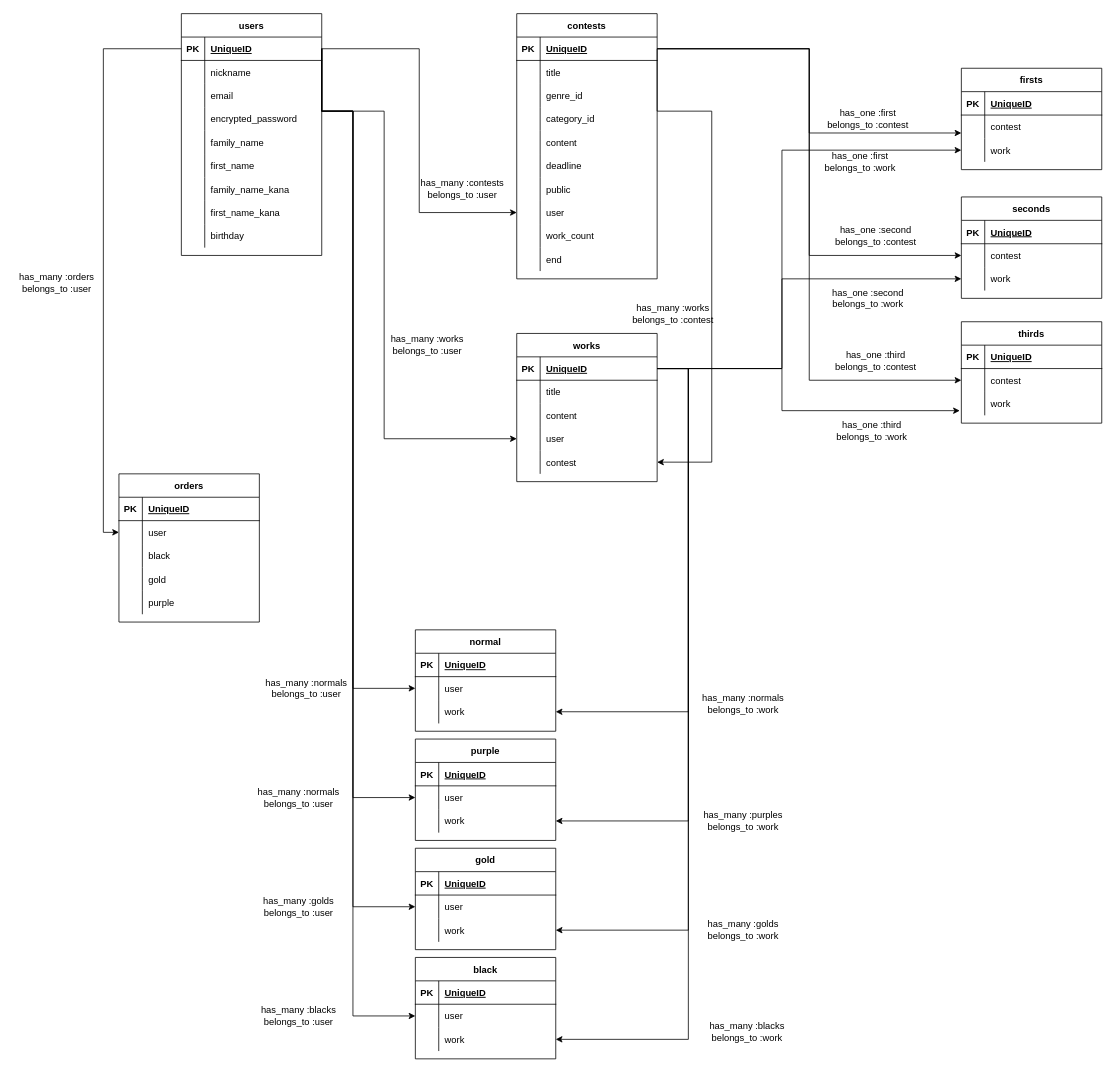
The draw.io diagram e-r.dio in tokiya-takai/moroheiya, before the edit. Source tidied: cells renumbered, new cells numbered last; positions are measured from the earlier drawing's top-left corner, leaving out a move shared by most shapes. Both pictures are drawn from the tidied source at 78%, with x=0, y=0 at pixel (13, 13).
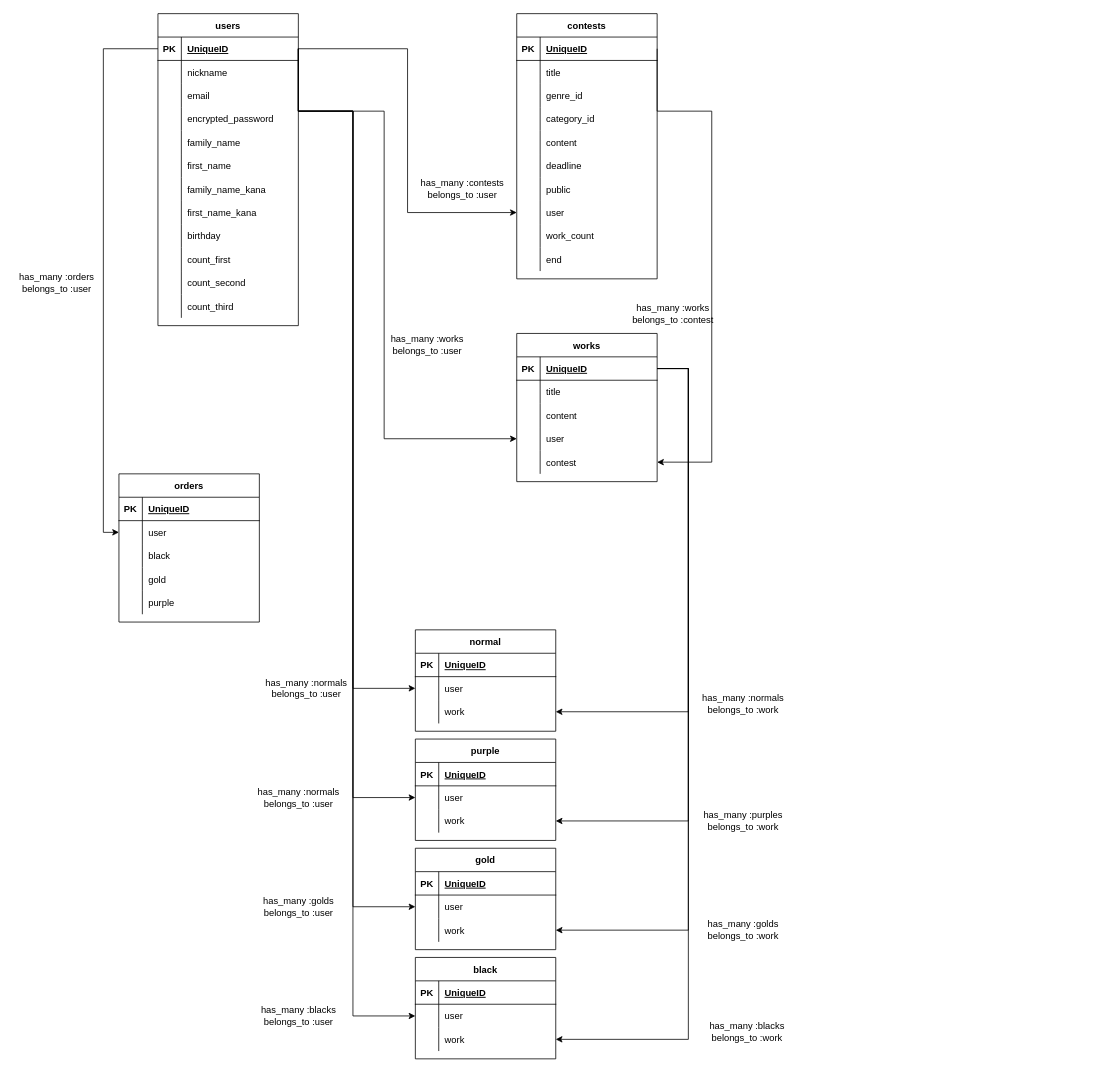
After the change.

Commit message (it also covers changes not shown here):
READMEとER図の修正

The change refers to these unchanged cells:
```xml
<mxCell id="31" style="shape=partialRectangle;fillColor=none;top=0;left=0;bottom=1;right=0;points=[[0,0.5],[1,0.5]];portConstraint=eastwest;" parent="30" vertex="1">
  <mxGeometry y="30" width="180" height="30" as="geometry" />
</mxCell>
<mxCell id="62" style="shape=partialRectangle;fillColor=none;top=0;left=0;bottom=1;right=0;points=[[0,0.5],[1,0.5]];portConstraint=eastwest;" parent="61" vertex="1">
  <mxGeometry y="30" width="180" height="30" as="geometry" />
</mxCell>
```

The edit, as a diff of the source:
```diff
@@
     <mxCell id="2" value="users" style="shape=table;startSize=30;childLayout=tableLayout;rowLines=0;fontStyle=1;align=center;" parent="1" vertex="1">
-      <mxGeometry x="215" width="180" height="310" as="geometry" />
+      <mxGeometry x="185" width="180" height="400" as="geometry" />
     </mxCell>
@@
+    <mxCell id="199" style="shape=partialRectangle;fillColor=none;top=0;left=0;bottom=0;right=0;" parent="2" vertex="1">
+      <mxGeometry y="270" width="180" height="30" as="geometry" />
+    </mxCell>
+    <mxCell id="200" style="shape=partialRectangle;fillColor=none;top=0;left=0;bottom=0;right=0;overflow=hidden;" parent="199" vertex="1">
+      <mxGeometry width="30" height="30" as="geometry" />
+    </mxCell>
+    <mxCell id="201" value="birthday" style="shape=partialRectangle;fillColor=none;top=0;left=0;bottom=0;right=0;align=left;spacingLeft=6;overflow=hidden;" parent="199" vertex="1">
+      <mxGeometry x="30" width="150" height="30" as="geometry" />
+    </mxCell>
+    <mxCell id="202" style="shape=partialRectangle;fillColor=none;top=0;left=0;bottom=0;right=0;" parent="2" vertex="1">
+      <mxGeometry y="300" width="180" height="30" as="geometry" />
+    </mxCell>
+    <mxCell id="203" style="shape=partialRectangle;fillColor=none;top=0;left=0;bottom=0;right=0;overflow=hidden;" parent="202" vertex="1">
+      <mxGeometry width="30" height="30" as="geometry" />
+    </mxCell>
+    <mxCell id="204" value="count_first" style="shape=partialRectangle;fillColor=none;top=0;left=0;bottom=0;right=0;align=left;spacingLeft=6;overflow=hidden;" parent="202" vertex="1">
+      <mxGeometry x="30" width="150" height="30" as="geometry" />
+    </mxCell>
+    <mxCell id="205" style="shape=partialRectangle;fillColor=none;top=0;left=0;bottom=0;right=0;" parent="2" vertex="1">
+      <mxGeometry y="330" width="180" height="30" as="geometry" />
+    </mxCell>
+    <mxCell id="206" style="shape=partialRectangle;fillColor=none;top=0;left=0;bottom=0;right=0;overflow=hidden;" parent="205" vertex="1">
+      <mxGeometry width="30" height="30" as="geometry" />
+    </mxCell>
+    <mxCell id="207" value="count_second" style="shape=partialRectangle;fillColor=none;top=0;left=0;bottom=0;right=0;align=left;spacingLeft=6;overflow=hidden;" parent="205" vertex="1">
+      <mxGeometry x="30" width="150" height="30" as="geometry" />
+    </mxCell>
     <mxCell id="27" style="shape=partialRectangle;fillColor=none;top=0;left=0;bottom=0;right=0;" parent="2" vertex="1">
-      <mxGeometry y="270" width="180" height="30" as="geometry" />
+      <mxGeometry y="360" width="180" height="30" as="geometry" />
     </mxCell>
@@
-    <mxCell id="29" value="birthday" style="shape=partialRectangle;fillColor=none;top=0;left=0;bottom=0;right=0;align=left;spacingLeft=6;overflow=hidden;" parent="27" vertex="1">
+    <mxCell id="29" value="count_third" style="shape=partialRectangle;fillColor=none;top=0;left=0;bottom=0;right=0;align=left;spacingLeft=6;overflow=hidden;" parent="27" vertex="1">
       <mxGeometry x="30" width="150" height="30" as="geometry" />
     </mxCell>
@@
-    <mxCell id="97" value="firsts" style="shape=table;startSize=30;childLayout=tableLayout;rowLines=0;fontStyle=1;align=center;" parent="1" vertex="1">
-      <mxGeometry x="1215" y="70" width="180" height="130" as="geometry" />
-    </mxCell>
-    <mxCell id="98" style="shape=partialRectangle;fillColor=none;top=0;left=0;bottom=1;right=0;" parent="97" vertex="1">
-      <mxGeometry y="30" width="180" height="30" as="geometry" />
-    </mxCell>
-    <mxCell id="99" value="PK" style="shape=partialRectangle;fillColor=none;top=0;left=0;bottom=0;right=0;fontStyle=1;overflow=hidden;" parent="98" vertex="1">
-      <mxGeometry width="30" height="30" as="geometry" />
-    </mxCell>
-    <mxCell id="100" value="UniqueID" style="shape=partialRectangle;fillColor=none;top=0;left=0;bottom=0;right=0;align=left;spacingLeft=6;fontStyle=5;overflow=hidden;" parent="98" vertex="1">
-      <mxGeometry x="30" width="150" height="30" as="geometry" />
-    </mxCell>
-    <mxCell id="101" style="shape=partialRectangle;fillColor=none;top=0;left=0;bottom=0;right=0;points=[[0,0.5],[1,0.5]];portConstraint=eastwest;" parent="97" vertex="1">
-      <mxGeometry y="60" width="180" height="30" as="geometry" />
-    </mxCell>
-    <mxCell id="102" style="shape=partialRectangle;fillColor=none;top=0;left=0;bottom=0;right=0;overflow=hidden;" parent="101" vertex="1">
-      <mxGeometry width="30" height="30" as="geometry" />
-    </mxCell>
-    <mxCell id="103" value="contest" style="shape=partialRectangle;fillColor=none;top=0;left=0;bottom=0;right=0;align=left;spacingLeft=6;overflow=hidden;" parent="101" vertex="1">
-      <mxGeometry x="30" width="150" height="30" as="geometry" />
-    </mxCell>
-    <mxCell id="104" style="shape=partialRectangle;fillColor=none;top=0;left=0;bottom=0;right=0;points=[[0,0.5],[1,0.5]];portConstraint=eastwest;" parent="97" vertex="1">
-      <mxGeometry y="90" width="180" height="30" as="geometry" />
-    </mxCell>
-    <mxCell id="105" style="shape=partialRectangle;fillColor=none;top=0;left=0;bottom=0;right=0;overflow=hidden;" parent="104" vertex="1">
-      <mxGeometry width="30" height="30" as="geometry" />
-    </mxCell>
-    <mxCell id="106" value="work" style="shape=partialRectangle;fillColor=none;top=0;left=0;bottom=0;right=0;align=left;spacingLeft=6;overflow=hidden;" parent="104" vertex="1">
-      <mxGeometry x="30" width="150" height="30" as="geometry" />
-    </mxCell>
-    <mxCell id="107" value="seconds" style="shape=table;startSize=30;childLayout=tableLayout;rowLines=0;fontStyle=1;align=center;" parent="1" vertex="1">
-      <mxGeometry x="1215" y="235" width="180" height="130" as="geometry" />
-    </mxCell>
-    <mxCell id="108" style="shape=partialRectangle;fillColor=none;top=0;left=0;bottom=1;right=0;" parent="107" vertex="1">
-      <mxGeometry y="30" width="180" height="30" as="geometry" />
-    </mxCell>
-    <mxCell id="109" value="PK" style="shape=partialRectangle;fillColor=none;top=0;left=0;bottom=0;right=0;fontStyle=1;overflow=hidden;" parent="108" vertex="1">
-      <mxGeometry width="30" height="30" as="geometry" />
-    </mxCell>
-    <mxCell id="110" value="UniqueID" style="shape=partialRectangle;fillColor=none;top=0;left=0;bottom=0;right=0;align=left;spacingLeft=6;fontStyle=5;overflow=hidden;" parent="108" vertex="1">
-      <mxGeometry x="30" width="150" height="30" as="geometry" />
-    </mxCell>
-    <mxCell id="111" style="shape=partialRectangle;fillColor=none;top=0;left=0;bottom=0;right=0;points=[[0,0.5],[1,0.5]];portConstraint=eastwest;" parent="107" vertex="1">
-      <mxGeometry y="60" width="180" height="30" as="geometry" />
-    </mxCell>
-    <mxCell id="112" style="shape=partialRectangle;fillColor=none;top=0;left=0;bottom=0;right=0;overflow=hidden;" parent="111" vertex="1">
-      <mxGeometry width="30" height="30" as="geometry" />
-    </mxCell>
-    <mxCell id="113" value="contest" style="shape=partialRectangle;fillColor=none;top=0;left=0;bottom=0;right=0;align=left;spacingLeft=6;overflow=hidden;" parent="111" vertex="1">
-      <mxGeometry x="30" width="150" height="30" as="geometry" />
-    </mxCell>
-    <mxCell id="114" style="shape=partialRectangle;fillColor=none;top=0;left=0;bottom=0;right=0;points=[[0,0.5],[1,0.5]];portConstraint=eastwest;" parent="107" vertex="1">
-      <mxGeometry y="90" width="180" height="30" as="geometry" />
-    </mxCell>
-    <mxCell id="115" style="shape=partialRectangle;fillColor=none;top=0;left=0;bottom=0;right=0;overflow=hidden;" parent="114" vertex="1">
-      <mxGeometry width="30" height="30" as="geometry" />
-    </mxCell>
-    <mxCell id="116" value="work" style="shape=partialRectangle;fillColor=none;top=0;left=0;bottom=0;right=0;align=left;spacingLeft=6;overflow=hidden;" parent="114" vertex="1">
-      <mxGeometry x="30" width="150" height="30" as="geometry" />
-    </mxCell>
-    <mxCell id="117" value="thirds" style="shape=table;startSize=30;childLayout=tableLayout;rowLines=0;fontStyle=1;align=center;" parent="1" vertex="1">
-      <mxGeometry x="1215" y="395" width="180" height="130" as="geometry" />
-    </mxCell>
-    <mxCell id="118" style="shape=partialRectangle;fillColor=none;top=0;left=0;bottom=1;right=0;" parent="117" vertex="1">
-      <mxGeometry y="30" width="180" height="30" as="geometry" />
-    </mxCell>
-    <mxCell id="119" value="PK" style="shape=partialRectangle;fillColor=none;top=0;left=0;bottom=0;right=0;fontStyle=1;overflow=hidden;" parent="118" vertex="1">
-      <mxGeometry width="30" height="30" as="geometry" />
-    </mxCell>
-    <mxCell id="120" value="UniqueID" style="shape=partialRectangle;fillColor=none;top=0;left=0;bottom=0;right=0;align=left;spacingLeft=6;fontStyle=5;overflow=hidden;" parent="118" vertex="1">
-      <mxGeometry x="30" width="150" height="30" as="geometry" />
-    </mxCell>
-    <mxCell id="121" style="shape=partialRectangle;fillColor=none;top=0;left=0;bottom=0;right=0;points=[[0,0.5],[1,0.5]];portConstraint=eastwest;" parent="117" vertex="1">
-      <mxGeometry y="60" width="180" height="30" as="geometry" />
-    </mxCell>
-    <mxCell id="122" style="shape=partialRectangle;fillColor=none;top=0;left=0;bottom=0;right=0;overflow=hidden;" parent="121" vertex="1">
-      <mxGeometry width="30" height="30" as="geometry" />
-    </mxCell>
-    <mxCell id="123" value="contest" style="shape=partialRectangle;fillColor=none;top=0;left=0;bottom=0;right=0;align=left;spacingLeft=6;overflow=hidden;" parent="121" vertex="1">
-      <mxGeometry x="30" width="150" height="30" as="geometry" />
-    </mxCell>
-    <mxCell id="124" style="shape=partialRectangle;fillColor=none;top=0;left=0;bottom=0;right=0;points=[[0,0.5],[1,0.5]];portConstraint=eastwest;" parent="117" vertex="1">
-      <mxGeometry y="90" width="180" height="30" as="geometry" />
-    </mxCell>
-    <mxCell id="125" style="shape=partialRectangle;fillColor=none;top=0;left=0;bottom=0;right=0;overflow=hidden;" parent="124" vertex="1">
-      <mxGeometry width="30" height="30" as="geometry" />
-    </mxCell>
-    <mxCell id="126" value="work" style="shape=partialRectangle;fillColor=none;top=0;left=0;bottom=0;right=0;align=left;spacingLeft=6;overflow=hidden;" parent="124" vertex="1">
-      <mxGeometry x="30" width="150" height="30" as="geometry" />
-    </mxCell>
-    <mxCell id="127" style="edgeStyle=orthogonalEdgeStyle;rounded=0;jettySize=auto;html=1;exitX=1;exitY=0.5;exitDx=0;exitDy=0;entryX=0;entryY=0.767;entryDx=0;entryDy=0;entryPerimeter=0;" parent="1" edge="1" source="31" target="101">
-      <mxGeometry relative="1" as="geometry" />
-    </mxCell>
-    <mxCell id="128" style="edgeStyle=orthogonalEdgeStyle;rounded=0;jettySize=auto;html=1;exitX=1;exitY=0.5;exitDx=0;exitDy=0;entryX=0;entryY=0.5;entryDx=0;entryDy=0;" parent="1" edge="1" source="31" target="111">
-      <mxGeometry relative="1" as="geometry" />
-    </mxCell>
-    <mxCell id="129" style="edgeStyle=orthogonalEdgeStyle;rounded=0;jettySize=auto;html=1;exitX=1;exitY=0.5;exitDx=0;exitDy=0;entryX=0;entryY=0.5;entryDx=0;entryDy=0;" parent="1" edge="1" source="31" target="121">
-      <mxGeometry relative="1" as="geometry" />
-    </mxCell>
-    <mxCell id="130" value="has_one :first&lt;br&gt;belongs_to :contest" style="text;html=1;align=center;verticalAlign=middle;" parent="1" vertex="1">
-      <mxGeometry x="1035" y="120" width="120" height="30" as="geometry" />
-    </mxCell>
-    <mxCell id="131" value="has_one :second&lt;br&gt;belongs_to :contest" style="text;html=1;align=center;verticalAlign=middle;" parent="1" vertex="1">
-      <mxGeometry x="1045" y="270" width="120" height="30" as="geometry" />
-    </mxCell>
-    <mxCell id="132" value="has_one :third&lt;br&gt;belongs_to :contest" style="text;html=1;align=center;verticalAlign=middle;" parent="1" vertex="1">
-      <mxGeometry x="1045" y="430" width="120" height="30" as="geometry" />
-    </mxCell>
-    <mxCell id="133" style="edgeStyle=orthogonalEdgeStyle;rounded=0;jettySize=auto;html=1;exitX=1;exitY=0.5;exitDx=0;exitDy=0;entryX=0;entryY=0.5;entryDx=0;entryDy=0;" parent="1" edge="1" source="62" target="104">
-      <mxGeometry relative="1" as="geometry">
-        <Array as="points">
-          <mxPoint x="985" y="455" />
-          <mxPoint x="985" y="175" />
-        </Array>
-      </mxGeometry>
-    </mxCell>
-    <mxCell id="134" style="edgeStyle=orthogonalEdgeStyle;rounded=0;jettySize=auto;html=1;exitX=1;exitY=0.5;exitDx=0;exitDy=0;entryX=0;entryY=0.5;entryDx=0;entryDy=0;" parent="1" edge="1" source="62" target="114">
-      <mxGeometry relative="1" as="geometry">
-        <Array as="points">
-          <mxPoint x="985" y="455" />
-          <mxPoint x="985" y="340" />
-        </Array>
-      </mxGeometry>
-    </mxCell>
-    <mxCell id="135" style="edgeStyle=orthogonalEdgeStyle;rounded=0;jettySize=auto;html=1;exitX=1;exitY=0.5;exitDx=0;exitDy=0;entryX=-0.011;entryY=0.8;entryDx=0;entryDy=0;entryPerimeter=0;" parent="1" edge="1" source="62" target="124">
-      <mxGeometry relative="1" as="geometry">
-        <Array as="points">
-          <mxPoint x="985" y="455" />
-          <mxPoint x="985" y="509" />
-        </Array>
-      </mxGeometry>
-    </mxCell>
-    <mxCell id="136" value="has_one :first&lt;br&gt;belongs_to :work" style="text;html=1;align=center;verticalAlign=middle;" parent="1" vertex="1">
-      <mxGeometry x="1030" y="175" width="110" height="30" as="geometry" />
-    </mxCell>
-    <mxCell id="137" value="has_one :second&lt;br&gt;belongs_to :work" style="text;html=1;align=center;verticalAlign=middle;" parent="1" vertex="1">
-      <mxGeometry x="1040" y="350" width="110" height="30" as="geometry" />
-    </mxCell>
-    <mxCell id="138" value="has_one :third&lt;br&gt;belongs_to :work" style="text;html=1;align=center;verticalAlign=middle;" parent="1" vertex="1">
-      <mxGeometry x="1045" y="520" width="110" height="30" as="geometry" />
-    </mxCell>
```
